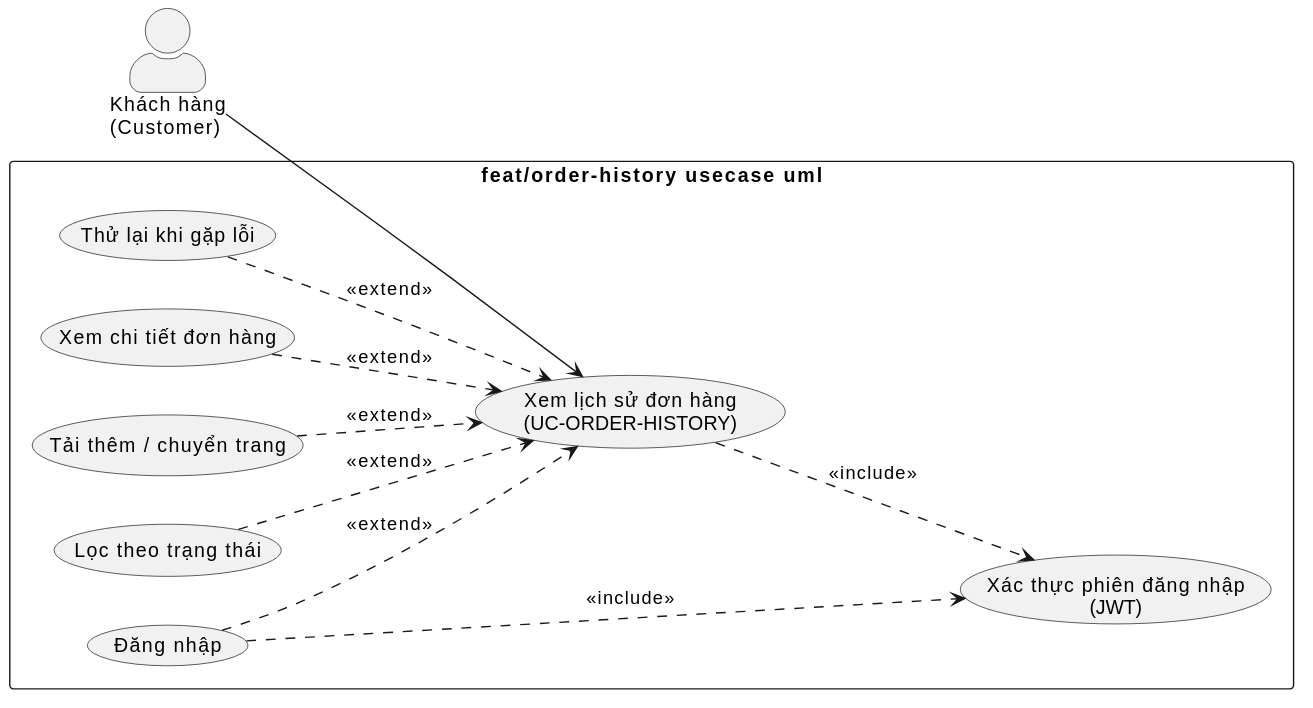
The PlantUML diagram report/figures/usecase-order-history.svg in ChienPM-27/BrewLite_02, before a commit. Its diagram source:
```plantuml
@startuml
left to right direction
skinparam packageStyle rectangle
skinparam actorStyle awesome

actor "Khách hàng\n(Customer)" as Customer

rectangle "feat/order-history usecase uml" {
  usecase "Xem lịch sử đơn hàng\n(UC-ORDER-HISTORY)" as UC_History
  usecase "Xác thực phiên đăng nhập\n(JWT)" as UC_Auth
  usecase "Đăng nhập" as UC_Login
  usecase "Lọc theo trạng thái" as UC_Filter
  usecase "Tải thêm / chuyển trang" as UC_Paging
  usecase "Xem chi tiết đơn hàng" as UC_Detail
  usecase "Thử lại khi gặp lỗi" as UC_Retry
}

Customer --> UC_History

UC_History ..> UC_Auth    : <<include>>
UC_Login   ..> UC_Auth    : <<include>>
UC_Login   ..> UC_History : <<extend>>
UC_Filter  ..> UC_History : <<extend>>
UC_Paging  ..> UC_History : <<extend>>
UC_Detail  ..> UC_History : <<extend>>
UC_Retry   ..> UC_History : <<extend>>
@enduml
```
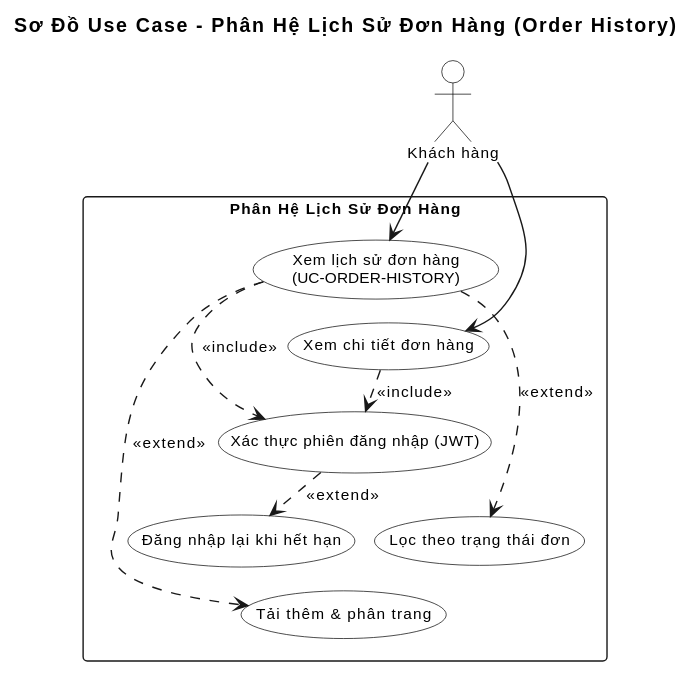
Later version of the same file.

The edit, as a diff of the source:
```diff
@@ -1,27 +1,43 @@
 @startuml
-left to right direction
-skinparam packageStyle rectangle
-skinparam actorStyle awesome
+title Sơ Đồ Use Case - Phân Hệ Lịch Sử Đơn Hàng (Order History)
 
-actor "Khách hàng\n(Customer)" as Customer
+skinparam defaultFontName Arial
+skinparam shadowing false
+skinparam roundcorner 6
+skinparam defaultFontSize 11
+skinparam nodesep 14
+skinparam ranksep 16
 
-rectangle "feat/order-history usecase uml" {
-  usecase "Xem lịch sử đơn hàng\n(UC-ORDER-HISTORY)" as UC_History
-  usecase "Xác thực phiên đăng nhập\n(JWT)" as UC_Auth
-  usecase "Đăng nhập" as UC_Login
-  usecase "Lọc theo trạng thái" as UC_Filter
-  usecase "Tải thêm / chuyển trang" as UC_Paging
-  usecase "Xem chi tiết đơn hàng" as UC_Detail
-  usecase "Thử lại khi gặp lỗi" as UC_Retry
+skinparam actor {
+    BackgroundColor white
+    BorderColor black
+}
+skinparam usecase {
+    BackgroundColor white
+    BorderColor black
+}
+
+actor "Khách hàng" as Customer
+
+rectangle "Phân Hệ Lịch Sử Đơn Hàng" {
+    usecase "Xem lịch sử đơn hàng\n(UC-ORDER-HISTORY)" as UC_History
+    usecase "Xác thực phiên đăng nhập (JWT)" as UC_Auth
+    usecase "Xem chi tiết đơn hàng" as UC_Detail
+    usecase "Lọc theo trạng thái đơn" as UC_Filter
+    usecase "Tải thêm & phân trang" as UC_Paging
+    usecase "Đăng nhập lại khi hết hạn" as UC_Login
 }
 
 Customer --> UC_History
+Customer --> UC_Detail
 
-UC_History ..> UC_Auth    : <<include>>
-UC_Login   ..> UC_Auth    : <<include>>
-UC_Login   ..> UC_History : <<extend>>
-UC_Filter  ..> UC_History : <<extend>>
-UC_Paging  ..> UC_History : <<extend>>
-UC_Detail  ..> UC_History : <<extend>>
-UC_Retry   ..> UC_History : <<extend>>
+UC_History ..> UC_Auth : <<include>>
+UC_Detail ..> UC_Auth : <<include>>
+UC_History ..> UC_Filter : <<extend>>
+UC_History ..> UC_Paging : <<extend>>
+UC_Auth ..> UC_Login : <<extend>>
+
+UC_History -[hidden]down-> UC_Detail
+UC_Auth -[hidden]down-> UC_Filter
+UC_Filter -[hidden]down-> UC_Paging
 @enduml
```
